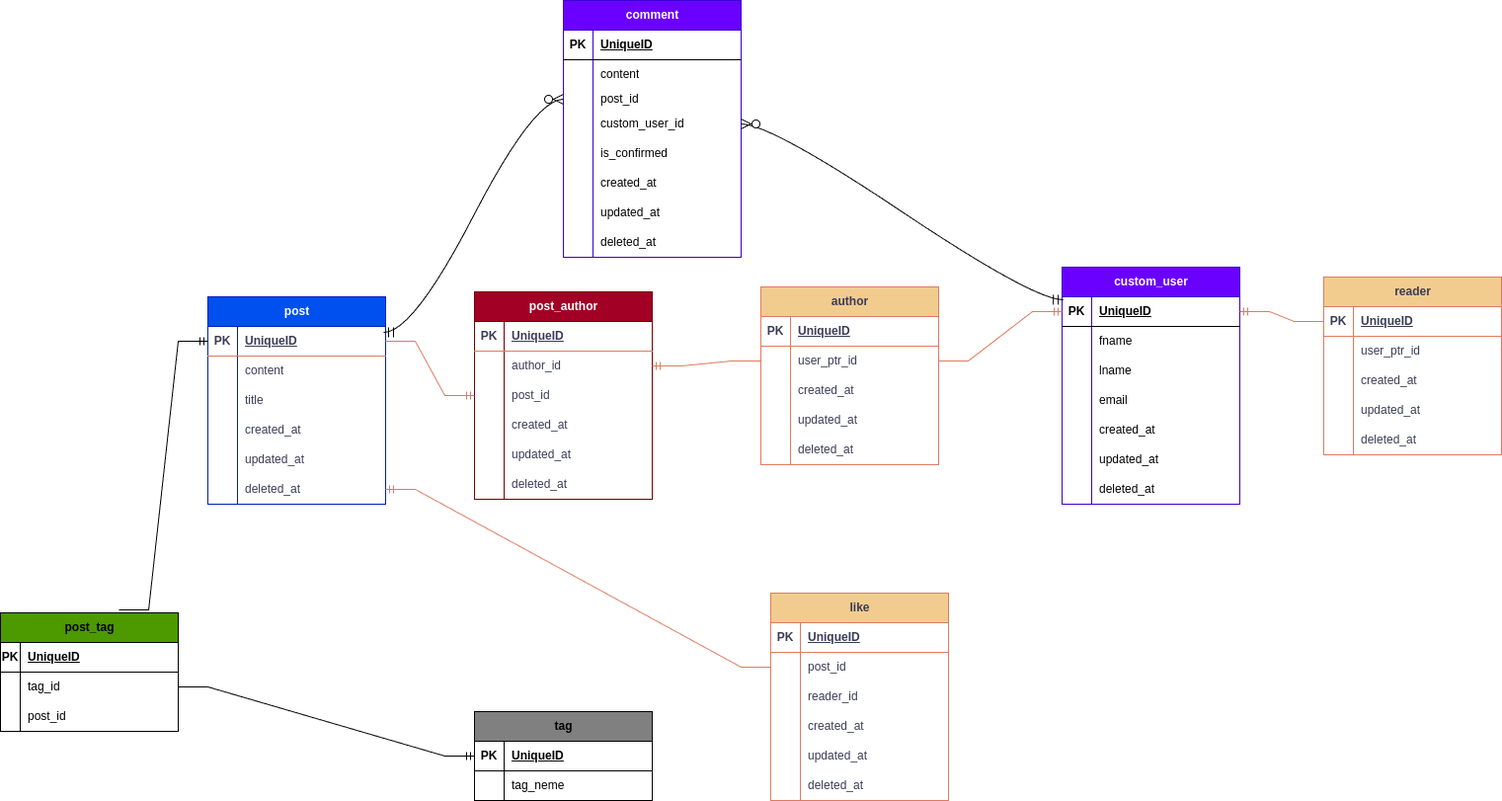
Before: BlogApp_ERD.drawio.png, a diagram exported from draw.io (MohammadYeganeFar/Blog_App). Source tidied: cells renumbered, new cells last; positions are measured from the earlier drawing's top-left corner, leaving out a move shared by most shapes.
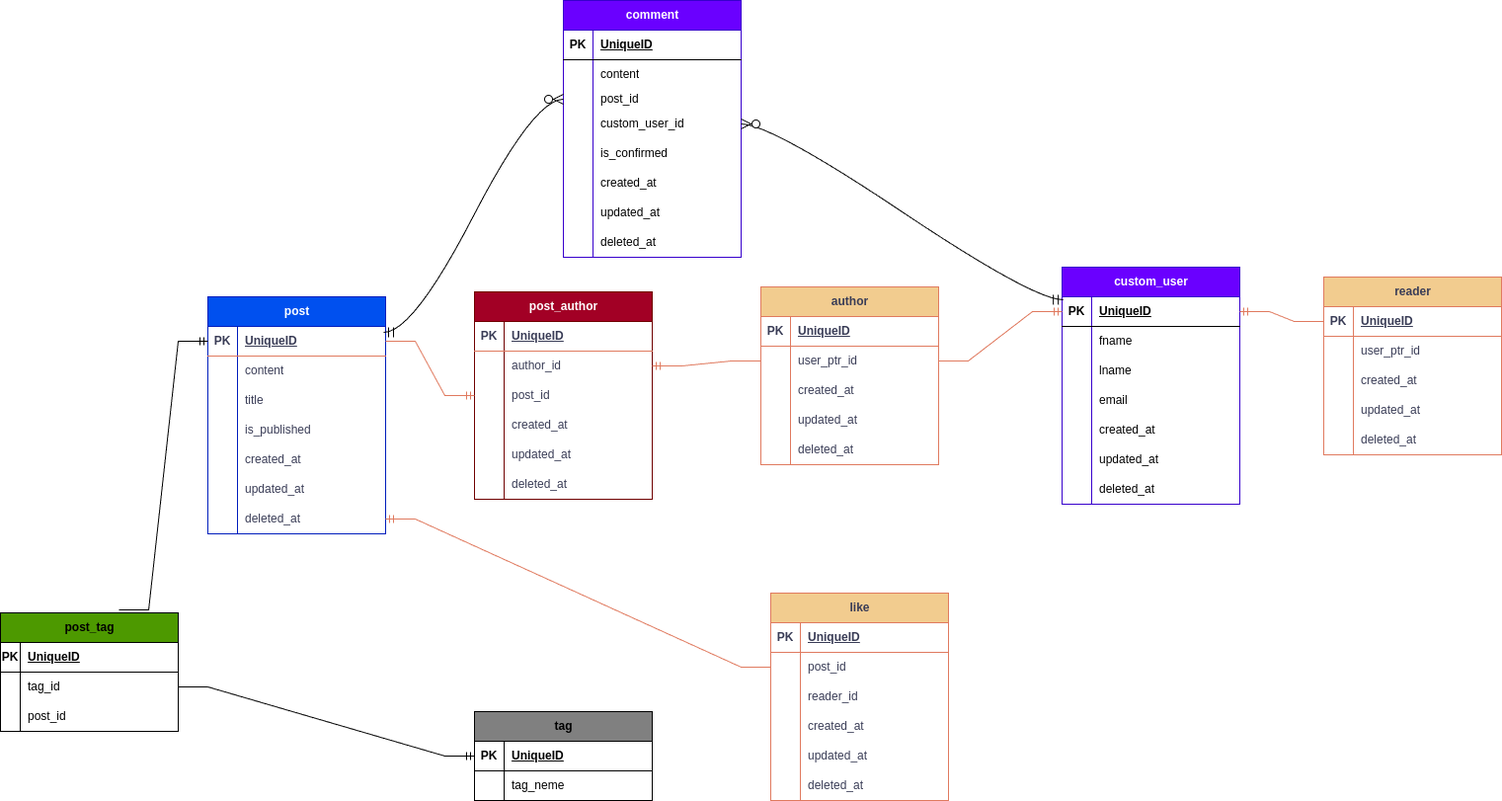
Later version of the same file.

Commit message:
Update BlogApp_ERD.drawio.png: ERD : Editted the post table  added "is_published"

The edit, as a diff of the source:
```diff
@@ -120,7 +120,7 @@
       <mxGeometry relative="1" as="geometry" />
     </mxCell>
     <mxCell id="41" value="post" style="shape=table;startSize=30;rowLines=0;fontStyle=1;align=center;html=1;strokeColor=#001DBC;fontColor=#ffffff;fillColor=#0050ef;" parent="1" vertex="1">
-      <mxGeometry x="210" y="300" width="180" height="210" as="geometry" />
+      <mxGeometry x="210" y="300" width="180" height="240" as="geometry" />
     </mxCell>
     <mxCell id="42" style="shape=tableRow;horizontal=0;startSize=0;swimlaneHead=0;swimlaneBody=0;fillColor=none;points=[[0,0.5],[1,0.5]];portConstraint=eastwest;top=0;left=0;right=0;bottom=1;strokeColor=#E07A5F;fontColor=#393C56;" parent="41" vertex="1">
       <mxGeometry y="30" width="180" height="30" as="geometry" />
@@ -149,8 +149,17 @@
     <mxCell id="50" value="title" style="shape=partialRectangle;fillColor=none;top=0;left=0;bottom=0;right=0;align=left;spacingLeft=6;overflow=hidden;whiteSpace=wrap;html=1;strokeColor=#E07A5F;fontColor=#393C56;" parent="48" vertex="1">
       <mxGeometry x="30" width="150" height="30" as="geometry" />
     </mxCell>
+    <mxCell id="164" style="shape=tableRow;horizontal=0;startSize=0;swimlaneHead=0;swimlaneBody=0;fillColor=none;top=0;left=0;right=0;bottom=0;strokeColor=#E07A5F;fontColor=#393C56;" parent="41" vertex="1">
+      <mxGeometry y="120" width="180" height="30" as="geometry" />
+    </mxCell>
+    <mxCell id="165" style="shape=partialRectangle;fillColor=none;top=0;left=0;bottom=0;right=0;overflow=hidden;whiteSpace=wrap;html=1;strokeColor=#E07A5F;fontColor=#393C56;" parent="164" vertex="1">
+      <mxGeometry width="30" height="30" as="geometry" />
+    </mxCell>
+    <mxCell id="166" value="is_published" style="shape=partialRectangle;fillColor=none;top=0;left=0;bottom=0;right=0;align=left;spacingLeft=6;overflow=hidden;whiteSpace=wrap;html=1;strokeColor=#E07A5F;fontColor=#393C56;" parent="164" vertex="1">
+      <mxGeometry x="30" width="150" height="30" as="geometry" />
+    </mxCell>
     <mxCell id="51" style="shape=tableRow;horizontal=0;startSize=0;swimlaneHead=0;swimlaneBody=0;fillColor=none;top=0;left=0;right=0;bottom=0;strokeColor=#E07A5F;fontColor=#393C56;" parent="41" vertex="1">
-      <mxGeometry y="120" width="180" height="30" as="geometry" />
+      <mxGeometry y="150" width="180" height="30" as="geometry" />
     </mxCell>
     <mxCell id="52" style="shape=partialRectangle;fillColor=none;top=0;left=0;bottom=0;right=0;overflow=hidden;whiteSpace=wrap;html=1;strokeColor=#E07A5F;fontColor=#393C56;" parent="51" vertex="1">
       <mxGeometry width="30" height="30" as="geometry" />
@@ -159,7 +168,7 @@
       <mxGeometry x="30" width="150" height="30" as="geometry" />
     </mxCell>
     <mxCell id="54" style="shape=tableRow;horizontal=0;startSize=0;swimlaneHead=0;swimlaneBody=0;fillColor=none;top=0;left=0;right=0;bottom=0;strokeColor=#E07A5F;fontColor=#393C56;" parent="41" vertex="1">
-      <mxGeometry y="150" width="180" height="30" as="geometry" />
+      <mxGeometry y="180" width="180" height="30" as="geometry" />
     </mxCell>
     <mxCell id="55" style="shape=partialRectangle;fillColor=none;top=0;left=0;bottom=0;right=0;overflow=hidden;whiteSpace=wrap;html=1;strokeColor=#E07A5F;fontColor=#393C56;" parent="54" vertex="1">
       <mxGeometry width="30" height="30" as="geometry" />
@@ -168,7 +177,7 @@
       <mxGeometry x="30" width="150" height="30" as="geometry" />
     </mxCell>
     <mxCell id="57" style="shape=tableRow;horizontal=0;startSize=0;swimlaneHead=0;swimlaneBody=0;fillColor=none;points=[[0,0.5],[1,0.5]];portConstraint=eastwest;top=0;left=0;right=0;bottom=0;strokeColor=#E07A5F;fontColor=#393C56;" parent="41" vertex="1">
-      <mxGeometry y="180" width="180" height="30" as="geometry" />
+      <mxGeometry y="210" width="180" height="30" as="geometry" />
     </mxCell>
     <mxCell id="58" style="shape=partialRectangle;fillColor=none;top=0;left=0;bottom=0;right=0;overflow=hidden;whiteSpace=wrap;html=1;strokeColor=#E07A5F;fontColor=#393C56;" parent="57" vertex="1">
       <mxGeometry width="30" height="30" as="geometry" />
```
